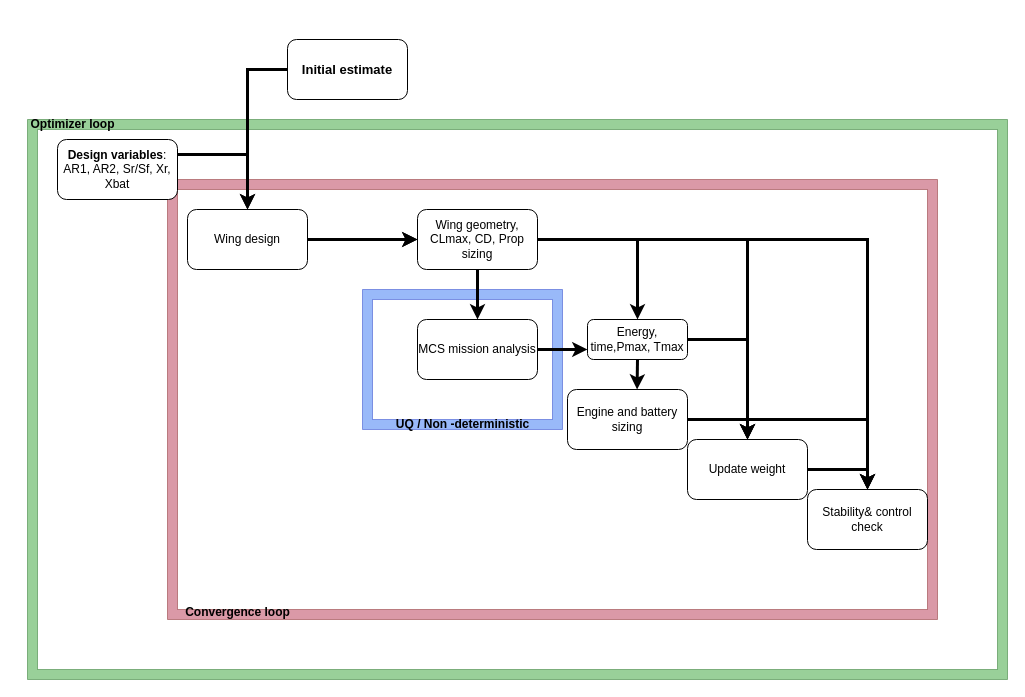
Before: Untitled Diagram.drawio in dmkeijzer/RBDOWigeon-paper, a draw.io diagram. Source tidied: cells renumbered, new cells numbered last; positions are measured from the earlier drawing's top-left corner, leaving out a move shared by most shapes. Both pictures are drawn from the tidied source at 100%, with x=0, y=0 at pixel (17, 39).
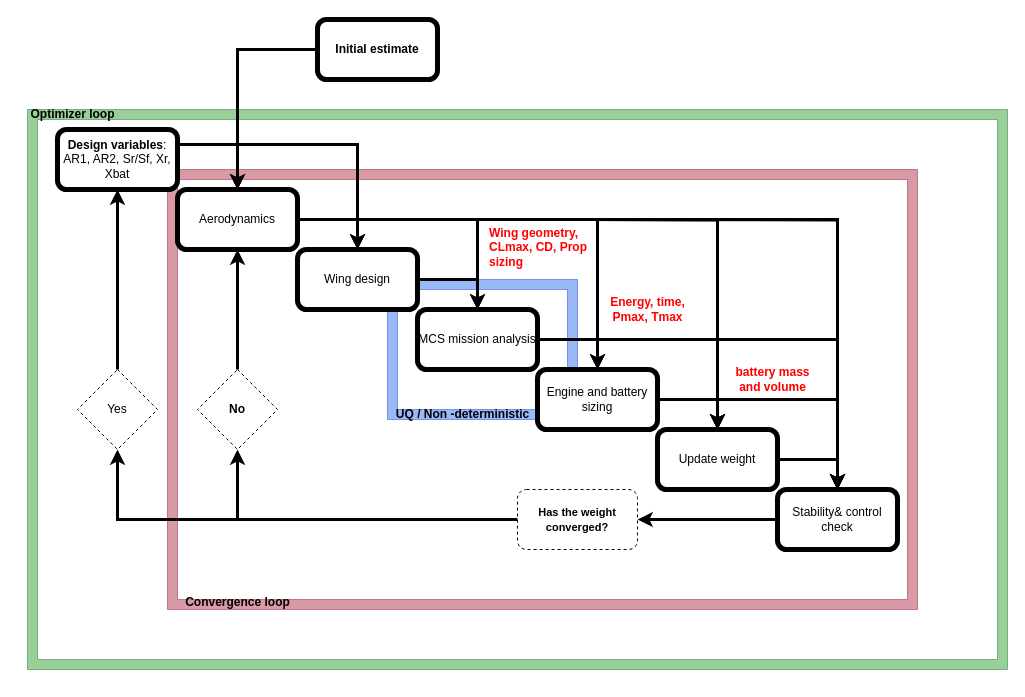
The same page after the edit.

The edit, as a diff of the source:
```diff
@@
     <mxCell id="2" style="verticalLabelPosition=bottom;verticalAlign=top;html=1;shape=mxgraph.basic.frame;dx=10;strokeColor=#005700;fillColor=#008a00;fontColor=#ffffff;opacity=40;" parent="1" vertex="1">
-      <mxGeometry x="10" y="80" width="980" height="560" as="geometry" />
+      <mxGeometry x="10" y="70" width="980" height="560" as="geometry" />
     </mxCell>
     <mxCell id="3" style="verticalLabelPosition=bottom;verticalAlign=top;html=1;shape=mxgraph.basic.frame;dx=10;strokeColor=#6F0000;fillColor=#a20025;fontColor=#ffffff;opacity=40;" parent="1" vertex="1">
-      <mxGeometry x="150" y="140" width="770" height="440" as="geometry" />
+      <mxGeometry x="150" y="130" width="750" height="440" as="geometry" />
     </mxCell>
     <mxCell id="4" style="verticalLabelPosition=bottom;verticalAlign=top;html=1;shape=mxgraph.basic.frame;dx=10;strokeColor=#001DBC;fillColor=#0050ef;fontColor=#ffffff;opacity=40;" parent="1" vertex="1">
-      <mxGeometry x="345" y="250" width="200" height="140" as="geometry" />
+      <mxGeometry x="370" y="240" width="190" height="140" as="geometry" />
     </mxCell>
+    <mxCell id="31" style="edgeStyle=orthogonalEdgeStyle;rounded=0;jettySize=auto;html=1;exitX=1;exitY=0.25;exitDx=0;exitDy=0;strokeWidth=3;" parent="1" edge="1" source="6" target="36">
+      <mxGeometry relative="1" as="geometry">
+        <Array as="points">
+          <mxPoint x="220" y="105" />
+        </Array>
+      </mxGeometry>
+    </mxCell>
     <mxCell id="5" style="edgeStyle=orthogonalEdgeStyle;shape=connector;rounded=0;jettySize=auto;html=1;exitX=1;exitY=0.25;exitDx=0;exitDy=0;entryX=0.5;entryY=0;entryDx=0;entryDy=0;labelBackgroundColor=default;strokeColor=default;strokeWidth=3;fontFamily=Helvetica;fontSize=11;fontColor=default;endArrow=classic;" parent="1" edge="1" source="6" target="28">
-      <mxGeometry relative="1" as="geometry">
-        <Array as="points">
-          <mxPoint x="230" y="115" />
-        </Array>
-      </mxGeometry>
+      <mxGeometry relative="1" as="geometry" />
     </mxCell>
-    <mxCell id="6" value="&lt;div&gt;&lt;b&gt;Design variables&lt;/b&gt;:&lt;/div&gt;&lt;div&gt;AR1, AR2, Sr/Sf, Xr, Xbat &lt;br&gt;&lt;/div&gt;" style="rounded=1;whiteSpace=wrap;html=1;" parent="1" vertex="1">
-      <mxGeometry x="40" y="100" width="120" height="60" as="geometry" />
+    <mxCell id="6" value="&lt;div&gt;&lt;b&gt;Design variables&lt;/b&gt;:&lt;/div&gt;&lt;div&gt;AR1, AR2, Sr/Sf, Xr, Xbat &lt;br&gt;&lt;/div&gt;" style="rounded=1;whiteSpace=wrap;html=1;strokeColor=default;strokeWidth=5;" parent="1" vertex="1">
+      <mxGeometry x="40" y="90" width="120" height="60" as="geometry" />
     </mxCell>
-    <mxCell id="7" style="edgeStyle=orthogonalEdgeStyle;shape=connector;rounded=0;jettySize=auto;html=1;exitX=1;exitY=0.5;exitDx=0;exitDy=0;labelBackgroundColor=default;strokeColor=default;strokeWidth=3;fontFamily=Helvetica;fontSize=11;fontColor=default;endArrow=classic;startArrow=none;" parent="1" edge="1" source="28" target="23">
-      <mxGeometry relative="1" as="geometry" />
-    </mxCell>
-    <mxCell id="8" style="edgeStyle=orthogonalEdgeStyle;shape=connector;rounded=0;jettySize=auto;html=1;exitX=1;exitY=0.5;exitDx=0;exitDy=0;entryX=0;entryY=0.5;entryDx=0;entryDy=0;labelBackgroundColor=default;strokeColor=default;strokeWidth=3;fontFamily=Helvetica;fontSize=11;fontColor=default;endArrow=classic;" parent="1" edge="1" source="28" target="23">
-      <mxGeometry relative="1" as="geometry" />
-    </mxCell>
-    <mxCell id="9" style="edgeStyle=orthogonalEdgeStyle;shape=connector;rounded=0;jettySize=auto;html=1;exitX=1;exitY=0.5;exitDx=0;exitDy=0;entryX=0;entryY=0.75;entryDx=0;entryDy=0;labelBackgroundColor=default;strokeColor=default;strokeWidth=3;fontFamily=Helvetica;fontSize=11;fontColor=default;endArrow=classic;" parent="1" edge="1" source="10" target="26">
-      <mxGeometry relative="1" as="geometry" />
-    </mxCell>
+    <mxCell id="32" style="edgeStyle=orthogonalEdgeStyle;shape=connector;rounded=0;jettySize=auto;html=1;exitX=1;exitY=0.5;exitDx=0;exitDy=0;entryX=0.5;entryY=0;entryDx=0;entryDy=0;labelBackgroundColor=default;strokeColor=default;strokeWidth=3;fontFamily=Helvetica;fontSize=12;fontColor=default;endArrow=classic;" parent="1" edge="1" source="36" target="28">
+      <mxGeometry relative="1" as="geometry" />
+    </mxCell>
+    <mxCell id="33" style="edgeStyle=orthogonalEdgeStyle;shape=connector;rounded=0;jettySize=auto;html=1;exitX=1;exitY=0.5;exitDx=0;exitDy=0;entryX=0.5;entryY=0;entryDx=0;entryDy=0;labelBackgroundColor=default;strokeColor=default;strokeWidth=3;fontFamily=Helvetica;fontSize=12;fontColor=default;endArrow=classic;" parent="1" edge="1" source="36" target="10">
+      <mxGeometry relative="1" as="geometry" />
+    </mxCell>
+    <mxCell id="34" style="edgeStyle=orthogonalEdgeStyle;shape=connector;rounded=0;jettySize=auto;html=1;exitX=1;exitY=0.5;exitDx=0;exitDy=0;labelBackgroundColor=default;strokeColor=default;strokeWidth=3;fontFamily=Helvetica;fontSize=12;fontColor=default;endArrow=classic;" parent="1" edge="1" source="36" target="15">
+      <mxGeometry relative="1" as="geometry" />
+    </mxCell>
+    <mxCell id="35" style="edgeStyle=orthogonalEdgeStyle;shape=connector;rounded=0;jettySize=auto;html=1;exitX=1;exitY=0.5;exitDx=0;exitDy=0;entryX=0.5;entryY=0;entryDx=0;entryDy=0;labelBackgroundColor=default;strokeColor=default;strokeWidth=3;fontFamily=Helvetica;fontSize=12;fontColor=#FF0000;endArrow=classic;" parent="1" edge="1" source="36" target="12">
+      <mxGeometry relative="1" as="geometry" />
+    </mxCell>
+    <mxCell id="36" value="Aerodynamics" style="rounded=1;whiteSpace=wrap;html=1;strokeWidth=5;" parent="1" vertex="1">
+      <mxGeometry x="160" y="150" width="120" height="60" as="geometry" />
+    </mxCell>
+    <mxCell id="37" style="edgeStyle=orthogonalEdgeStyle;shape=connector;rounded=0;jettySize=auto;html=1;exitX=1;exitY=0.5;exitDx=0;exitDy=0;entryX=0.5;entryY=0;entryDx=0;entryDy=0;labelBackgroundColor=default;strokeColor=default;strokeWidth=3;fontFamily=Helvetica;fontSize=12;fontColor=default;endArrow=classic;" parent="1" edge="1" source="28" target="10">
+      <mxGeometry relative="1" as="geometry" />
+    </mxCell>
+    <mxCell id="28" value="Wing design" style="rounded=1;whiteSpace=wrap;html=1;strokeWidth=5;" parent="1" vertex="1">
+      <mxGeometry x="280" y="210" width="120" height="60" as="geometry" />
+    </mxCell>
+    <mxCell id="38" style="edgeStyle=orthogonalEdgeStyle;shape=connector;rounded=0;jettySize=auto;html=1;exitX=1;exitY=0.5;exitDx=0;exitDy=0;labelBackgroundColor=default;strokeColor=default;strokeWidth=3;fontFamily=Helvetica;fontSize=12;fontColor=#FF0000;endArrow=classic;" parent="1" edge="1" source="10" target="12">
+      <mxGeometry relative="1" as="geometry" />
+    </mxCell>
+    <mxCell id="39" style="edgeStyle=orthogonalEdgeStyle;shape=connector;rounded=0;jettySize=auto;html=1;exitX=1;exitY=0.5;exitDx=0;exitDy=0;labelBackgroundColor=default;strokeColor=default;strokeWidth=3;fontFamily=Helvetica;fontSize=12;fontColor=#FF0000;endArrow=classic;" parent="1" edge="1" source="10" target="14">
+      <mxGeometry relative="1" as="geometry" />
+    </mxCell>
+    <mxCell id="40" style="edgeStyle=orthogonalEdgeStyle;shape=connector;rounded=0;jettySize=auto;html=1;exitX=1;exitY=0.5;exitDx=0;exitDy=0;labelBackgroundColor=default;strokeColor=default;strokeWidth=3;fontFamily=Helvetica;fontSize=12;fontColor=#FF0000;endArrow=classic;" parent="1" edge="1" source="10" target="15">
+      <mxGeometry relative="1" as="geometry" />
+    </mxCell>
-    <mxCell id="10" value="MCS mission analysis" style="rounded=1;whiteSpace=wrap;html=1;" parent="1" vertex="1">
-      <mxGeometry x="400" y="280" width="120" height="60" as="geometry" />
+    <mxCell id="10" value="MCS mission analysis" style="rounded=1;whiteSpace=wrap;html=1;strokeWidth=5;" parent="1" vertex="1">
+      <mxGeometry x="400" y="270" width="120" height="60" as="geometry" />
     </mxCell>
-    <mxCell id="11" style="edgeStyle=orthogonalEdgeStyle;shape=connector;rounded=0;jettySize=auto;html=1;exitX=1;exitY=0.5;exitDx=0;exitDy=0;entryX=0.5;entryY=0;entryDx=0;entryDy=0;labelBackgroundColor=default;strokeColor=default;strokeWidth=3;fontFamily=Helvetica;fontSize=11;fontColor=default;endArrow=classic;" parent="1" edge="1" source="12" target="14">
+    <mxCell id="11" style="edgeStyle=orthogonalEdgeStyle;shape=connector;rounded=0;jettySize=auto;html=1;exitX=1;exitY=0.5;exitDx=0;exitDy=0;entryX=0.5;entryY=0;entryDx=0;entryDy=0;labelBackgroundColor=default;strokeColor=default;strokeWidth=3;fontFamily=Helvetica;fontSize=12;fontColor=default;endArrow=classic;" parent="1" edge="1" source="12" target="14">
       <mxGeometry relative="1" as="geometry" />
     </mxCell>
+    <mxCell id="27" style="edgeStyle=orthogonalEdgeStyle;shape=connector;rounded=0;jettySize=auto;html=1;exitX=1;exitY=0.5;exitDx=0;exitDy=0;entryX=0.5;entryY=0;entryDx=0;entryDy=0;labelBackgroundColor=default;strokeColor=default;strokeWidth=3;fontFamily=Helvetica;fontSize=12;fontColor=#FF0000;endArrow=classic;" parent="1" edge="1" source="12" target="15">
+      <mxGeometry relative="1" as="geometry" />
+    </mxCell>
-    <mxCell id="12" value="Engine and battery sizing" style="rounded=1;whiteSpace=wrap;html=1;" parent="1" vertex="1">
-      <mxGeometry x="550" y="350" width="120" height="60" as="geometry" />
+    <mxCell id="12" value="Engine and battery sizing" style="rounded=1;whiteSpace=wrap;html=1;strokeWidth=5;" parent="1" vertex="1">
+      <mxGeometry x="520" y="330" width="120" height="60" as="geometry" />
     </mxCell>
@@
-    <mxCell id="14" value="Update weight" style="rounded=1;whiteSpace=wrap;html=1;" parent="1" vertex="1">
-      <mxGeometry x="670" y="400" width="120" height="60" as="geometry" />
+    <mxCell id="14" value="Update weight" style="rounded=1;whiteSpace=wrap;html=1;strokeWidth=5;" parent="1" vertex="1">
+      <mxGeometry x="640" y="390" width="120" height="60" as="geometry" />
     </mxCell>
+    <mxCell id="41" style="edgeStyle=orthogonalEdgeStyle;shape=connector;rounded=0;jettySize=auto;html=1;exitX=0;exitY=0.5;exitDx=0;exitDy=0;entryX=1;entryY=0.5;entryDx=0;entryDy=0;labelBackgroundColor=default;strokeColor=default;strokeWidth=3;fontFamily=Helvetica;fontSize=12;fontColor=#000000;endArrow=classic;" parent="1" edge="1" source="15" target="47">
+      <mxGeometry relative="1" as="geometry" />
+    </mxCell>
-    <mxCell id="15" value="Stability&amp;amp; control check" style="rounded=1;whiteSpace=wrap;html=1;" parent="1" vertex="1">
-      <mxGeometry x="790" y="450" width="120" height="60" as="geometry" />
+    <mxCell id="15" value="Stability&amp;amp; control check" style="rounded=1;whiteSpace=wrap;html=1;strokeWidth=5;" parent="1" vertex="1">
+      <mxGeometry x="760" y="450" width="120" height="60" as="geometry" />
     </mxCell>
     <mxCell id="16" value="UQ / Non -deterministic" style="text;html=1;align=center;verticalAlign=middle;strokeColor=none;fillColor=none;fontStyle=1;" parent="1" vertex="1">
-      <mxGeometry x="360" y="370" width="170" height="30" as="geometry" />
+      <mxGeometry x="360" y="360" width="170" height="30" as="geometry" />
     </mxCell>
     <mxCell id="17" value="&lt;div&gt;Convergence loop&lt;/div&gt;&lt;div&gt;&lt;br&gt;&lt;/div&gt;" style="text;html=1;align=center;verticalAlign=middle;strokeColor=none;fillColor=none;fontStyle=1;" parent="1" vertex="1">
-      <mxGeometry x="150" y="560" width="140" height="40" as="geometry" />
+      <mxGeometry x="150" y="550" width="140" height="40" as="geometry" />
     </mxCell>
     <mxCell id="18" value="Optimizer loop" style="text;html=1;align=center;verticalAlign=middle;strokeColor=none;fillColor=none;fontStyle=1;" parent="1" vertex="1">
-      <mxGeometry y="70" width="110" height="30" as="geometry" />
+      <mxGeometry y="60" width="110" height="30" as="geometry" />
     </mxCell>
-    <mxCell id="19" style="edgeStyle=orthogonalEdgeStyle;shape=connector;rounded=0;jettySize=auto;html=1;exitX=0.5;exitY=1;exitDx=0;exitDy=0;entryX=0.5;entryY=0;entryDx=0;entryDy=0;labelBackgroundColor=default;strokeColor=default;strokeWidth=3;fontFamily=Helvetica;fontSize=11;fontColor=default;endArrow=classic;" parent="1" edge="1" source="23" target="10">
-      <mxGeometry relative="1" as="geometry">
-        <Array as="points">
-          <mxPoint x="460" y="230" />
-        </Array>
-      </mxGeometry>
-    </mxCell>
-    <mxCell id="20" style="edgeStyle=orthogonalEdgeStyle;shape=connector;rounded=0;jettySize=auto;html=1;exitX=1;exitY=0.5;exitDx=0;exitDy=0;entryX=0.5;entryY=0;entryDx=0;entryDy=0;labelBackgroundColor=default;strokeColor=default;strokeWidth=3;fontFamily=Helvetica;fontSize=11;fontColor=default;endArrow=classic;" parent="1" edge="1" source="23" target="26">
-      <mxGeometry relative="1" as="geometry" />
-    </mxCell>
-    <mxCell id="21" style="edgeStyle=orthogonalEdgeStyle;shape=connector;rounded=0;jettySize=auto;html=1;exitX=1;exitY=0.5;exitDx=0;exitDy=0;labelBackgroundColor=default;strokeColor=default;strokeWidth=3;fontFamily=Helvetica;fontSize=11;fontColor=default;endArrow=classic;" parent="1" edge="1" source="23" target="14">
-      <mxGeometry relative="1" as="geometry" />
+    <mxCell id="21" style="edgeStyle=orthogonalEdgeStyle;shape=connector;rounded=0;jettySize=auto;html=1;exitX=1;exitY=0.5;exitDx=0;exitDy=0;labelBackgroundColor=default;strokeColor=default;strokeWidth=3;fontFamily=Helvetica;fontSize=11;fontColor=default;endArrow=classic;" parent="1" edge="1" target="14">
+      <mxGeometry relative="1" as="geometry">
+        <mxPoint x="570" y="180" as="sourcePoint" />
+      </mxGeometry>
     </mxCell>
-    <mxCell id="22" style="edgeStyle=orthogonalEdgeStyle;shape=connector;rounded=0;jettySize=auto;html=1;exitX=1;exitY=0.5;exitDx=0;exitDy=0;entryX=0.5;entryY=0;entryDx=0;entryDy=0;labelBackgroundColor=default;strokeColor=default;strokeWidth=3;fontFamily=Helvetica;fontSize=11;fontColor=default;endArrow=classic;" parent="1" edge="1" source="23" target="15">
-      <mxGeometry relative="1" as="geometry" />
+    <mxCell id="22" style="edgeStyle=orthogonalEdgeStyle;shape=connector;rounded=0;jettySize=auto;html=1;exitX=1;exitY=0.5;exitDx=0;exitDy=0;entryX=0.5;entryY=0;entryDx=0;entryDy=0;labelBackgroundColor=default;strokeColor=default;strokeWidth=3;fontFamily=Helvetica;fontSize=11;fontColor=default;endArrow=classic;" parent="1" edge="1" target="15">
+      <mxGeometry relative="1" as="geometry">
+        <mxPoint x="570" y="180" as="sourcePoint" />
+      </mxGeometry>
     </mxCell>
+    <mxCell id="42" value="&lt;div&gt;&lt;font color=&quot;#FF0000&quot;&gt;&lt;b&gt;&lt;font style=&quot;font-size: 12px;&quot;&gt;battery mass &lt;br&gt;&lt;/font&gt;&lt;/b&gt;&lt;/font&gt;&lt;/div&gt;&lt;div&gt;&lt;font color=&quot;#FF0000&quot;&gt;&lt;b&gt;&lt;font style=&quot;font-size: 12px;&quot;&gt;and volume&lt;/font&gt;&lt;/b&gt;&lt;/font&gt;&lt;/div&gt;" style="text;html=1;align=center;verticalAlign=middle;strokeColor=none;fillColor=none;fontSize=12;fontFamily=Helvetica;fontColor=default;" parent="1" vertex="1">
+      <mxGeometry x="705" y="320" width="100" height="40" as="geometry" />
+    </mxCell>
-    <mxCell id="23" value="Wing geometry, CLmax, CD, Prop sizing" style="rounded=1;whiteSpace=wrap;html=1;" parent="1" vertex="1">
-      <mxGeometry x="400" y="170" width="120" height="60" as="geometry" />
+    <mxCell id="23" value="&lt;font color=&quot;#FF0000&quot;&gt;&lt;b&gt;Wing geometry, CLmax, CD, Prop sizing&lt;/b&gt;&lt;/font&gt;" style="text;whiteSpace=wrap;html=1;fontSize=12;fontFamily=Helvetica;fontColor=default;" parent="1" vertex="1">
+      <mxGeometry x="470" y="180" width="100" height="50" as="geometry" />
     </mxCell>
-    <mxCell id="24" style="edgeStyle=orthogonalEdgeStyle;shape=connector;rounded=0;jettySize=auto;html=1;exitX=0.5;exitY=1;exitDx=0;exitDy=0;entryX=0.58;entryY=0;entryDx=0;entryDy=0;entryPerimeter=0;labelBackgroundColor=default;strokeColor=default;strokeWidth=3;fontFamily=Helvetica;fontSize=11;fontColor=default;endArrow=classic;" parent="1" edge="1" source="26" target="12">
-      <mxGeometry relative="1" as="geometry" />
-    </mxCell>
-    <mxCell id="25" style="edgeStyle=orthogonalEdgeStyle;shape=connector;rounded=0;jettySize=auto;html=1;exitX=1;exitY=0.5;exitDx=0;exitDy=0;entryX=0.5;entryY=0;entryDx=0;entryDy=0;labelBackgroundColor=default;strokeColor=default;strokeWidth=3;fontFamily=Helvetica;fontSize=11;fontColor=default;endArrow=classic;" parent="1" edge="1" source="26" target="14">
-      <mxGeometry relative="1" as="geometry" />
-    </mxCell>
-    <mxCell id="26" value="Energy, time,Pmax, Tmax" style="rounded=1;whiteSpace=wrap;html=1;" parent="1" vertex="1">
-      <mxGeometry x="570" y="280" width="100" height="40" as="geometry" />
-    </mxCell>
-    <mxCell id="27" style="edgeStyle=orthogonalEdgeStyle;shape=connector;rounded=0;jettySize=auto;html=1;exitX=1;exitY=0.5;exitDx=0;exitDy=0;labelBackgroundColor=default;strokeColor=default;strokeWidth=3;fontFamily=Helvetica;fontSize=11;fontColor=default;endArrow=classic;" parent="1" edge="1" source="12" target="15">
-      <mxGeometry relative="1" as="geometry" />
-    </mxCell>
-    <mxCell id="28" value="Wing design" style="rounded=1;whiteSpace=wrap;html=1;" parent="1" vertex="1">
-      <mxGeometry x="170" y="170" width="120" height="60" as="geometry" />
-    </mxCell>
-    <mxCell id="29" style="edgeStyle=orthogonalEdgeStyle;shape=connector;rounded=0;jettySize=auto;html=1;exitX=0;exitY=0.5;exitDx=0;exitDy=0;entryX=0.5;entryY=0;entryDx=0;entryDy=0;labelBackgroundColor=default;strokeColor=default;strokeWidth=3;fontFamily=Helvetica;fontSize=13;fontColor=default;endArrow=classic;" parent="1" edge="1" source="30" target="28">
-      <mxGeometry relative="1" as="geometry" />
-    </mxCell>
+    <mxCell id="43" value="&lt;div&gt;&lt;b&gt;Energy, time,&lt;/b&gt;&lt;/div&gt;&lt;div&gt;&lt;b&gt;Pmax, Tmax&lt;/b&gt;&lt;/div&gt;" style="text;html=1;align=center;verticalAlign=middle;strokeColor=none;fillColor=none;fontSize=12;fontFamily=Helvetica;fontColor=#FF0000;" parent="1" vertex="1">
+      <mxGeometry x="580" y="250" width="100" height="40" as="geometry" />
+    </mxCell>
+    <mxCell id="44" style="edgeStyle=orthogonalEdgeStyle;shape=connector;rounded=0;jettySize=auto;html=1;exitX=0;exitY=0.5;exitDx=0;exitDy=0;entryX=0.5;entryY=0;entryDx=0;entryDy=0;labelBackgroundColor=default;strokeColor=default;strokeWidth=3;fontFamily=Helvetica;fontSize=12;fontColor=#000000;endArrow=classic;" parent="1" edge="1" source="30" target="36">
+      <mxGeometry relative="1" as="geometry" />
+    </mxCell>
-    <mxCell id="30" value="&lt;font style=&quot;font-size: 13px;&quot;&gt;&lt;b&gt;Initial estimate&lt;/b&gt;&lt;/font&gt;" style="rounded=1;whiteSpace=wrap;html=1;fontFamily=Helvetica;fontSize=11;fontColor=default;" parent="1" vertex="1">
-      <mxGeometry x="270" width="120" height="60" as="geometry" />
+    <mxCell id="30" value="&lt;font color=&quot;#000000&quot;&gt;&lt;b&gt;Initial estimate&lt;/b&gt;&lt;br&gt;&lt;/font&gt;" style="rounded=1;whiteSpace=wrap;html=1;strokeColor=default;strokeWidth=5;fontFamily=Helvetica;fontSize=12;fontColor=#FF0000;" parent="1" vertex="1">
+      <mxGeometry x="300" y="-20" width="120" height="60" as="geometry" />
     </mxCell>
+    <mxCell id="45" style="edgeStyle=orthogonalEdgeStyle;shape=connector;rounded=0;jettySize=auto;html=1;exitX=0;exitY=0.5;exitDx=0;exitDy=0;labelBackgroundColor=default;strokeColor=default;strokeWidth=3;fontFamily=Helvetica;fontSize=12;fontColor=#000000;endArrow=classic;" parent="1" edge="1" source="47" target="49">
+      <mxGeometry relative="1" as="geometry" />
+    </mxCell>
+    <mxCell id="46" style="edgeStyle=orthogonalEdgeStyle;shape=connector;rounded=0;jettySize=auto;html=1;exitX=0;exitY=0.5;exitDx=0;exitDy=0;labelBackgroundColor=default;strokeColor=default;strokeWidth=3;fontFamily=Helvetica;fontSize=12;fontColor=#000000;endArrow=classic;" parent="1" edge="1" source="47" target="51">
+      <mxGeometry relative="1" as="geometry" />
+    </mxCell>
+    <mxCell id="47" value="&lt;b style=&quot;font-size: 11px;&quot;&gt;Has the weight converged? &lt;/b&gt;&lt;b&gt;&lt;br&gt;&lt;/b&gt;" style="rounded=1;whiteSpace=wrap;html=1;strokeColor=default;strokeWidth=1;fontFamily=Helvetica;fontSize=12;fontColor=#000000;dashed=1;" parent="1" vertex="1">
+      <mxGeometry x="500" y="450" width="120" height="60" as="geometry" />
+    </mxCell>
+    <mxCell id="48" style="edgeStyle=orthogonalEdgeStyle;shape=connector;rounded=0;jettySize=auto;html=1;exitX=0.5;exitY=0;exitDx=0;exitDy=0;labelBackgroundColor=default;strokeColor=default;strokeWidth=3;fontFamily=Helvetica;fontSize=12;fontColor=#000000;endArrow=classic;" parent="1" edge="1" source="49" target="36">
+      <mxGeometry relative="1" as="geometry" />
+    </mxCell>
+    <mxCell id="49" value="&lt;b&gt;No&lt;/b&gt;" style="rhombus;whiteSpace=wrap;html=1;strokeColor=default;strokeWidth=1;fontFamily=Helvetica;fontSize=12;fontColor=#000000;dashed=1;" parent="1" vertex="1">
+      <mxGeometry x="180" y="330" width="80" height="80" as="geometry" />
+    </mxCell>
+    <mxCell id="50" style="edgeStyle=orthogonalEdgeStyle;shape=connector;rounded=0;jettySize=auto;html=1;exitX=0.5;exitY=0;exitDx=0;exitDy=0;labelBackgroundColor=default;strokeColor=default;strokeWidth=3;fontFamily=Helvetica;fontSize=12;fontColor=#000000;endArrow=classic;" parent="1" edge="1" source="51" target="6">
+      <mxGeometry relative="1" as="geometry" />
+    </mxCell>
+    <mxCell id="51" value="Yes" style="rhombus;whiteSpace=wrap;html=1;strokeColor=default;strokeWidth=1;fontFamily=Helvetica;fontSize=12;fontColor=#000000;dashed=1;" parent="1" vertex="1">
+      <mxGeometry x="60" y="330" width="80" height="80" as="geometry" />
+    </mxCell>
```
